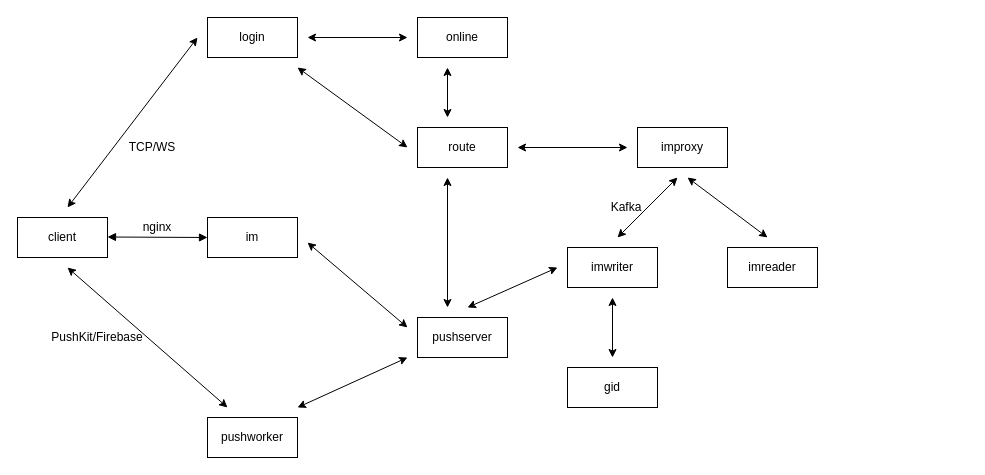
Before: drawio/im架构.drawio in hwholiday/learning_tools, a draw.io diagram. Source tidied: cells renumbered, new cells numbered last; positions are measured from the earlier drawing's top-left corner, leaving out a move shared by most shapes. Both pictures are drawn from the tidied source at 100%, with x=0, y=0 at pixel (17, 17).
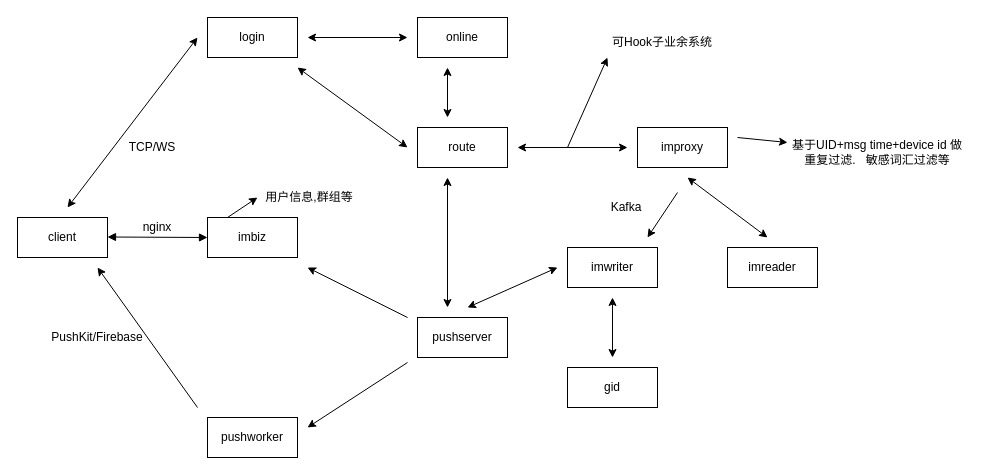
Above is the later version.

The edit, as a diff of the source:
```diff
@@
-    <mxCell id="11" value="im" style="rounded=0;whiteSpace=wrap;html=1;" parent="1" vertex="1">
+    <mxCell id="11" value="imbiz" style="rounded=0;whiteSpace=wrap;html=1;" parent="1" vertex="1">
       <mxGeometry x="190" y="200" width="90" height="40" as="geometry" />
     </mxCell>
@@
-    <mxCell id="18" style="endArrow=classic;startArrow=classic;html=1;" parent="1" edge="1">
-      <mxGeometry relative="1" as="geometry">
-        <mxPoint x="660" y="160" as="sourcePoint" />
-        <mxPoint x="600" y="220" as="targetPoint" />
-      </mxGeometry>
-    </mxCell>
@@
-    <mxCell id="20" style="endArrow=classic;startArrow=classic;html=1;" parent="1" edge="1">
-      <mxGeometry relative="1" as="geometry">
-        <mxPoint x="390" y="340" as="sourcePoint" />
-        <mxPoint x="280" y="390" as="targetPoint" />
-      </mxGeometry>
-    </mxCell>
@@
-    <mxCell id="22" style="endArrow=classic;startArrow=classic;html=1;" parent="1" edge="1">
-      <mxGeometry relative="1" as="geometry">
-        <mxPoint x="290" y="225" as="sourcePoint" />
-        <mxPoint x="390" y="310" as="targetPoint" />
-      </mxGeometry>
-    </mxCell>
@@
-    <mxCell id="24" style="endArrow=classic;startArrow=classic;html=1;" parent="1" edge="1">
-      <mxGeometry relative="1" as="geometry">
-        <mxPoint x="50" y="250" as="sourcePoint" />
-        <mxPoint x="210" y="390" as="targetPoint" />
-      </mxGeometry>
-    </mxCell>
@@
+    <mxCell id="31" value="基于UID+msg time+device id 做重复过滤.&amp;nbsp; &amp;nbsp;敏感词汇过滤等" style="text;html=1;strokeColor=none;fillColor=none;align=center;verticalAlign=middle;whiteSpace=wrap;rounded=0;" parent="1" vertex="1">
+      <mxGeometry x="770" y="120" width="180" height="30" as="geometry" />
+    </mxCell>
+    <mxCell id="32" style="endArrow=classic;html=1;entryX=0;entryY=0.5;entryDx=0;entryDy=0;" parent="1" edge="1">
+      <mxGeometry relative="1" as="geometry">
+        <mxPoint x="720" y="120" as="sourcePoint" />
+        <mxPoint x="770" y="125" as="targetPoint" />
+      </mxGeometry>
+    </mxCell>
+    <mxCell id="33" style="endArrow=classic;html=1;entryX=0;entryY=1;entryDx=0;entryDy=0;" parent="1" edge="1" target="34">
+      <mxGeometry relative="1" as="geometry">
+        <mxPoint x="550" y="130" as="sourcePoint" />
+      </mxGeometry>
+    </mxCell>
+    <mxCell id="34" value="可Hook子业余系统" style="text;html=1;strokeColor=none;fillColor=none;align=center;verticalAlign=middle;whiteSpace=wrap;rounded=0;" parent="1" vertex="1">
+      <mxGeometry x="590" y="10" width="110" height="30" as="geometry" />
+    </mxCell>
+    <mxCell id="35" style="endArrow=classic;html=1;" parent="1" edge="1">
+      <mxGeometry relative="1" as="geometry">
+        <mxPoint x="390" y="300" as="sourcePoint" />
+        <mxPoint x="290" y="250" as="targetPoint" />
+      </mxGeometry>
+    </mxCell>
+    <mxCell id="36" style="endArrow=classic;html=1;" parent="1" edge="1">
+      <mxGeometry relative="1" as="geometry">
+        <mxPoint x="390" y="345" as="sourcePoint" />
+        <mxPoint x="290" y="410" as="targetPoint" />
+      </mxGeometry>
+    </mxCell>
+    <mxCell id="37" style="endArrow=classic;html=1;" parent="1" edge="1">
+      <mxGeometry relative="1" as="geometry">
+        <mxPoint x="180" y="390" as="sourcePoint" />
+        <mxPoint x="80" y="250" as="targetPoint" />
+      </mxGeometry>
+    </mxCell>
+    <mxCell id="38" style="endArrow=classic;html=1;" parent="1" edge="1">
+      <mxGeometry relative="1" as="geometry">
+        <mxPoint x="660" y="175" as="sourcePoint" />
+        <mxPoint x="630" y="220" as="targetPoint" />
+      </mxGeometry>
+    </mxCell>
+    <mxCell id="39" value="用户信息,群组等" style="text;html=1;strokeColor=none;fillColor=none;align=center;verticalAlign=middle;whiteSpace=wrap;rounded=0;" parent="1" vertex="1">
+      <mxGeometry x="232" y="170" width="120" height="20" as="geometry" />
+    </mxCell>
+    <mxCell id="40" style="endArrow=classic;html=1;" parent="1" edge="1">
+      <mxGeometry relative="1" as="geometry">
+        <mxPoint x="210" y="200" as="sourcePoint" />
+        <mxPoint x="240" y="180" as="targetPoint" />
+      </mxGeometry>
+    </mxCell>
```
